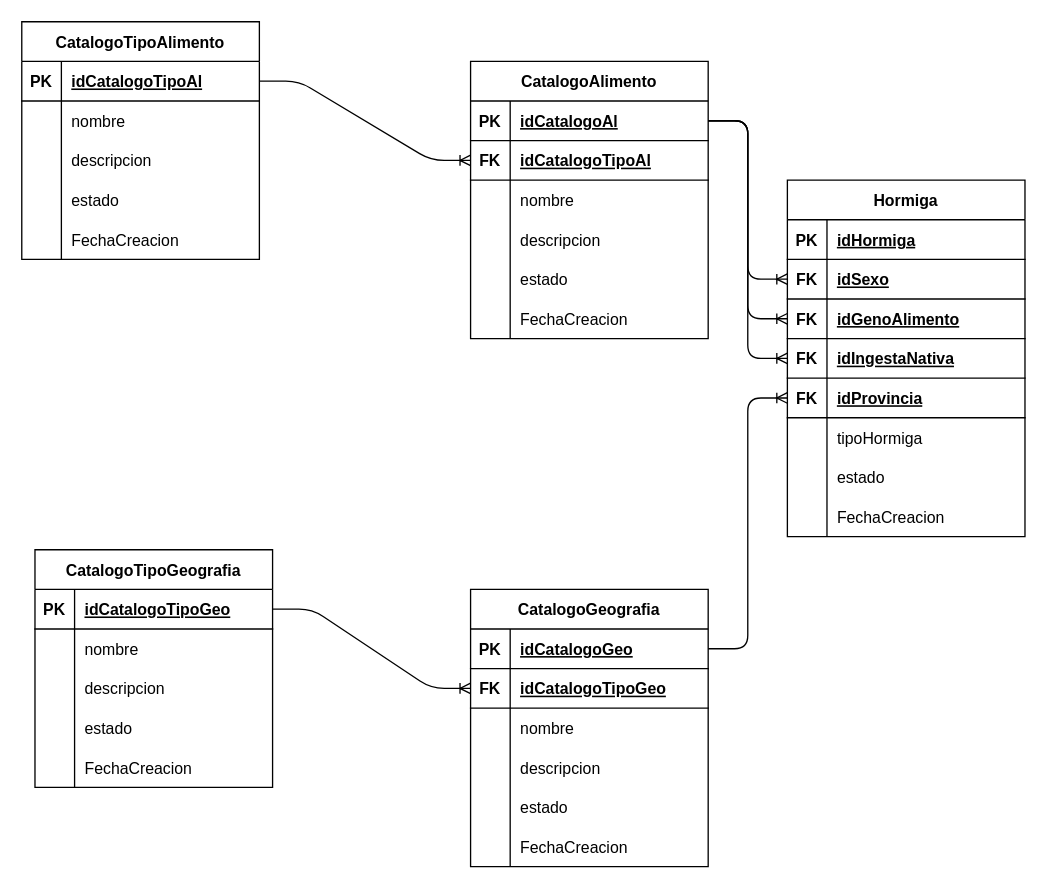
Santi-Dela-Cruz/Examen keeps this draw.io diagram as DKEcuFaunaVer3/design/DMER.dio. Above is the earlier version. Source tidied: cells renumbered, new cells numbered last; positions are measured from the earlier drawing's top-left corner, leaving out a move shared by most shapes. Both pictures are drawn from the tidied source at 132%, with x=0, y=0 at pixel (21, 21).
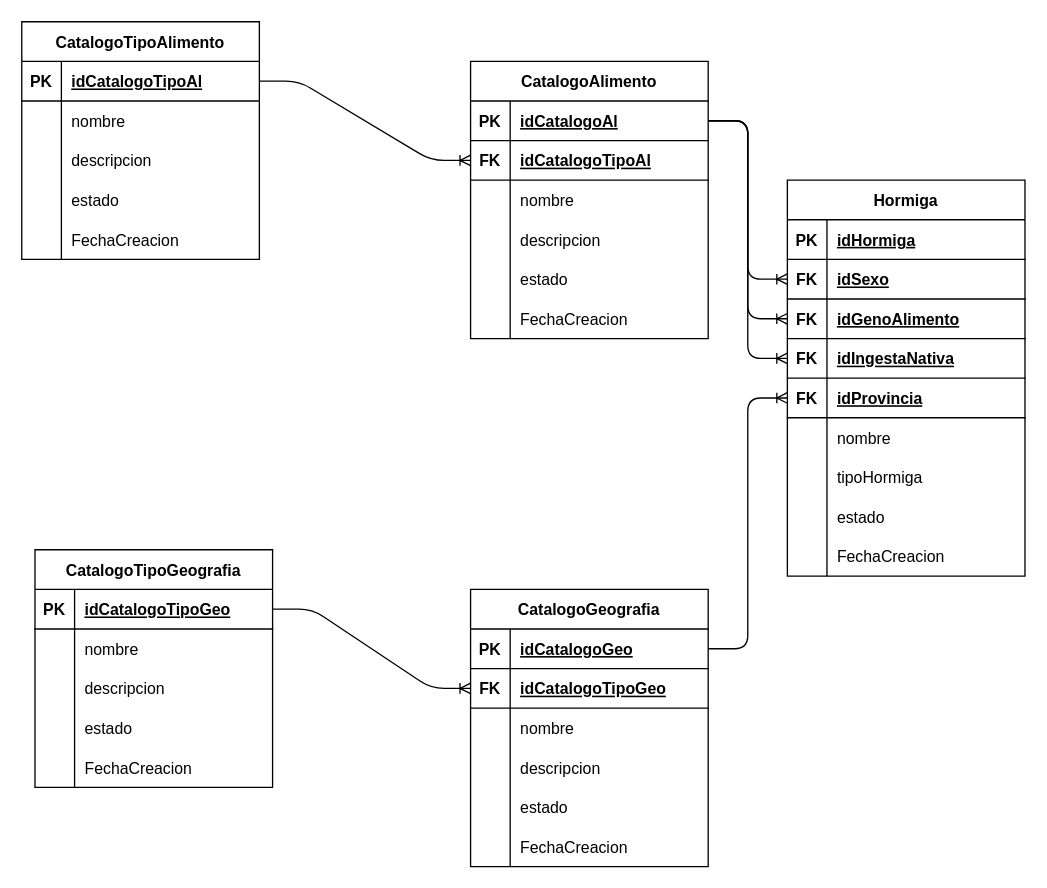
The same diagram, later.

Commit message (it also covers changes not shown here):
Ultimo cambio

The edit, as a diff of the source:
```diff
@@
     <mxCell id="18" value="Hormiga" style="shape=table;startSize=30;childLayout=tableLayout;rowLines=0;fontStyle=1;align=center;" parent="1" vertex="1">
-      <mxGeometry x="580" y="120" width="180" height="270" as="geometry" />
+      <mxGeometry x="580" y="120" width="180" height="300" as="geometry" />
     </mxCell>
@@
+    <mxCell id="103" style="shape=tableRow;horizontal=0;startSize=0;swimlaneHead=0;swimlaneBody=0;fillColor=none;top=0;left=0;right=0;bottom=0;" parent="18" vertex="1">
+      <mxGeometry y="180" width="180" height="30" as="geometry" />
+    </mxCell>
+    <mxCell id="104" style="shape=partialRectangle;fillColor=none;top=0;left=0;bottom=0;right=0;overflow=hidden;" parent="103" vertex="1">
+      <mxGeometry width="30" height="30" as="geometry" />
+    </mxCell>
+    <mxCell id="105" value="nombre" style="shape=partialRectangle;fillColor=none;top=0;left=0;bottom=0;right=0;align=left;spacingLeft=6;overflow=hidden;" parent="103" vertex="1">
+      <mxGeometry x="30" width="150" height="30" as="geometry" />
+    </mxCell>
     <mxCell id="34" style="shape=tableRow;horizontal=0;startSize=0;swimlaneHead=0;swimlaneBody=0;fillColor=none;top=0;left=0;right=0;bottom=0;" parent="18" vertex="1">
-      <mxGeometry y="180" width="180" height="30" as="geometry" />
+      <mxGeometry y="210" width="180" height="30" as="geometry" />
     </mxCell>
@@
     <mxCell id="37" style="shape=tableRow;horizontal=0;startSize=0;swimlaneHead=0;swimlaneBody=0;fillColor=none;top=0;left=0;right=0;bottom=0;" parent="18" vertex="1">
-      <mxGeometry y="210" width="180" height="30" as="geometry" />
+      <mxGeometry y="240" width="180" height="30" as="geometry" />
     </mxCell>
@@
     <mxCell id="40" style="shape=tableRow;horizontal=0;startSize=0;swimlaneHead=0;swimlaneBody=0;fillColor=none;top=0;left=0;right=0;bottom=0;" parent="18" vertex="1">
-      <mxGeometry y="240" width="180" height="30" as="geometry" />
+      <mxGeometry y="270" width="180" height="30" as="geometry" />
     </mxCell>
```
